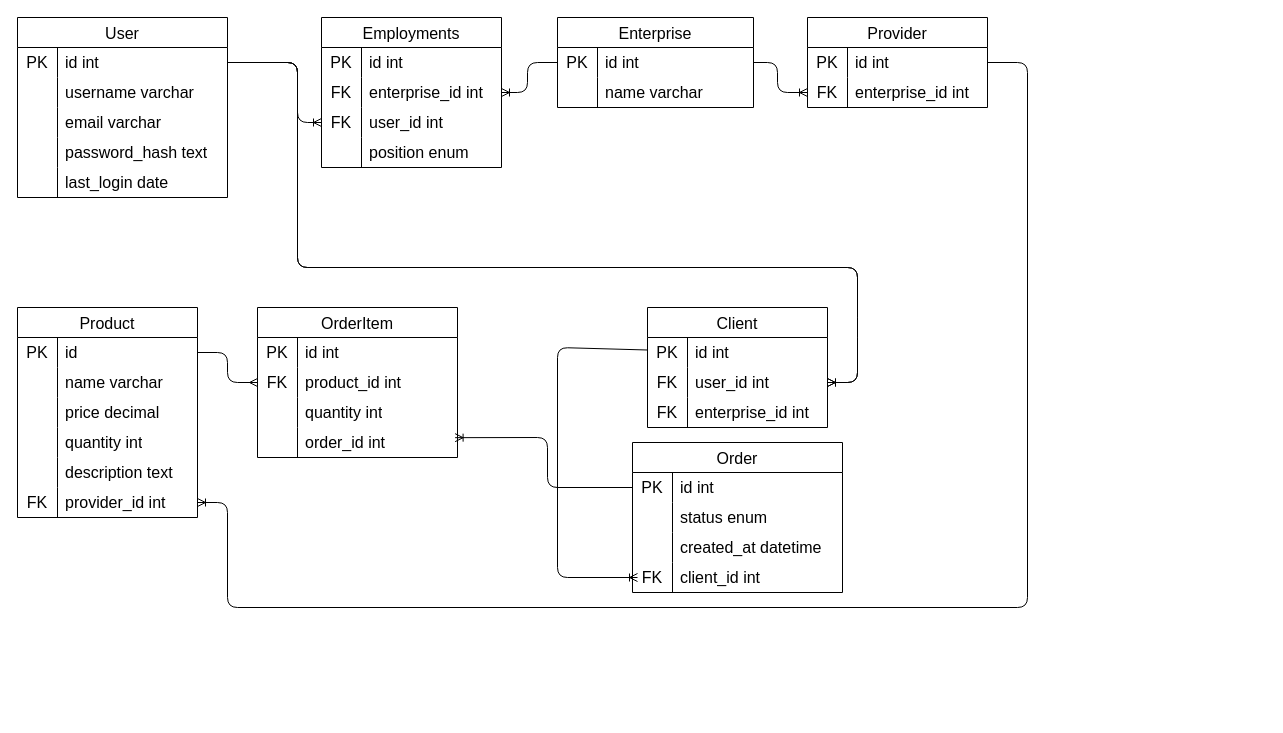
This is page "Página-2" (2 of 2) of docs/models.drawio from Jose-GuilhermeG/stock_manager, a draw.io file, before an edit. Source tidied: cells renumbered, new cells numbered last; positions are measured from the earlier drawing's top-left corner, leaving out a move shared by most shapes. Both pictures are drawn from the tidied source at 100%, with x=0, y=0 at pixel (17, 17).
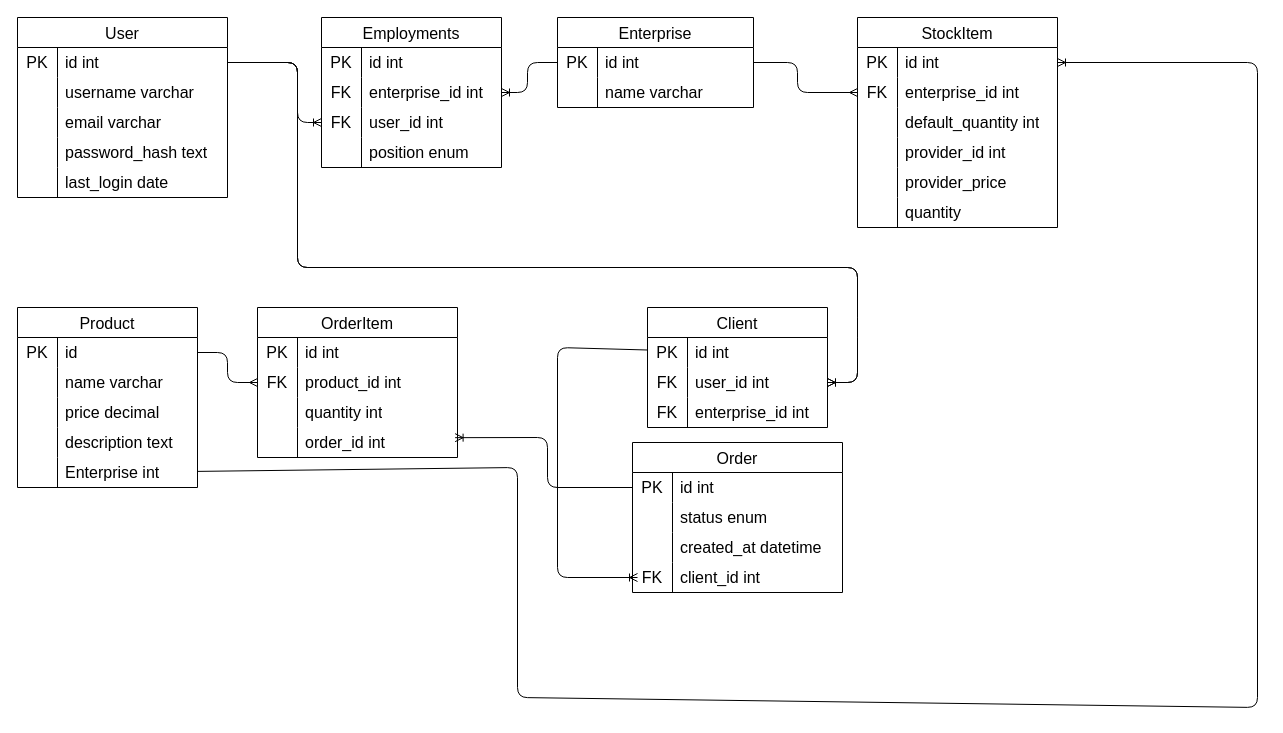
The same page after the edit.

Commit message (it also covers changes not shown here):
feat: create enterpriseviewset and add stockItem model

The change refers to these unchanged cells:
```xml
<mxCell id="63" style="shape=tableRow;horizontal=0;startSize=0;swimlaneHead=0;swimlaneBody=0;top=0;left=0;bottom=0;right=0;fillColor=none;points=[[0,0.5],[1,0.5]];portConstraint=eastwest;strokeColor=inherit;fontSize=16;" parent="62" vertex="1">
  <mxGeometry y="30" width="196" height="30" as="geometry" />
</mxCell>
```

The edit, as a diff of the source:
```diff
@@
     <mxCell id="2" value="Product" style="shape=table;startSize=30;childLayout=tableLayout;rowLines=0;fontStyle=0;strokeColor=default;fontSize=16;" parent="1" vertex="1">
-      <mxGeometry y="290" width="180" height="210" as="geometry" />
+      <mxGeometry y="290" width="180" height="180" as="geometry" />
     </mxCell>
@@
-    <mxCell id="12" style="shape=tableRow;horizontal=0;startSize=0;swimlaneHead=0;swimlaneBody=0;top=0;left=0;bottom=0;right=0;fillColor=none;strokeColor=inherit;fontSize=16;" parent="2" vertex="1">
-      <mxGeometry y="120" width="180" height="30" as="geometry" />
-    </mxCell>
-    <mxCell id="13" style="shape=partialRectangle;html=1;whiteSpace=wrap;fillColor=none;top=0;left=0;bottom=0;right=0;overflow=hidden;strokeColor=inherit;fontSize=16;" parent="12" vertex="1">
-      <mxGeometry width="40" height="30" as="geometry" />
-    </mxCell>
-    <mxCell id="14" value="quantity int" style="shape=partialRectangle;html=1;whiteSpace=wrap;fillColor=none;top=0;left=0;bottom=0;right=0;align=left;spacingLeft=6;overflow=hidden;strokeColor=inherit;fontSize=16;" parent="12" vertex="1">
-      <mxGeometry x="40" width="140" height="30" as="geometry" />
-    </mxCell>
     <mxCell id="15" style="shape=tableRow;horizontal=0;startSize=0;swimlaneHead=0;swimlaneBody=0;top=0;left=0;bottom=0;right=0;fillColor=none;strokeColor=inherit;fontSize=16;" parent="2" vertex="1">
-      <mxGeometry y="150" width="180" height="30" as="geometry" />
+      <mxGeometry y="120" width="180" height="30" as="geometry" />
     </mxCell>
@@
-    <mxCell id="18" style="shape=tableRow;horizontal=0;startSize=0;swimlaneHead=0;swimlaneBody=0;top=0;left=0;bottom=0;right=0;fillColor=none;points=[[0,0.5],[1,0.5]];portConstraint=eastwest;strokeColor=inherit;fontSize=16;" parent="2" vertex="1">
-      <mxGeometry y="180" width="180" height="30" as="geometry" />
-    </mxCell>
-    <mxCell id="19" value="FK" style="shape=partialRectangle;html=1;whiteSpace=wrap;fillColor=none;top=0;left=0;bottom=0;right=0;overflow=hidden;strokeColor=inherit;fontSize=16;" parent="18" vertex="1">
-      <mxGeometry width="40" height="30" as="geometry" />
-    </mxCell>
-    <mxCell id="20" value="provider_id int" style="shape=partialRectangle;html=1;whiteSpace=wrap;fillColor=none;top=0;left=0;bottom=0;right=0;align=left;spacingLeft=6;overflow=hidden;strokeColor=inherit;fontSize=16;" parent="18" vertex="1">
-      <mxGeometry x="40" width="140" height="30" as="geometry" />
-    </mxCell>
+    <mxCell id="109" style="shape=tableRow;horizontal=0;startSize=0;swimlaneHead=0;swimlaneBody=0;top=0;left=0;bottom=0;right=0;fillColor=none;points=[[0,0.5],[1,0.5]];portConstraint=eastwest;strokeColor=inherit;fontSize=16;" parent="2" vertex="1">
+      <mxGeometry y="150" width="180" height="30" as="geometry" />
+    </mxCell>
+    <mxCell id="110" style="shape=partialRectangle;html=1;whiteSpace=wrap;fillColor=none;top=0;left=0;bottom=0;right=0;overflow=hidden;strokeColor=inherit;fontSize=16;" parent="109" vertex="1">
+      <mxGeometry width="40" height="30" as="geometry" />
+    </mxCell>
+    <mxCell id="111" value="Enterprise int" style="shape=partialRectangle;html=1;whiteSpace=wrap;fillColor=none;top=0;left=0;bottom=0;right=0;align=left;spacingLeft=6;overflow=hidden;strokeColor=inherit;fontSize=16;" parent="109" vertex="1">
+      <mxGeometry x="40" width="140" height="30" as="geometry" />
+    </mxCell>
@@
-    <mxCell id="84" value="Provider" style="shape=table;startSize=30;childLayout=tableLayout;rowLines=0;fontStyle=0;strokeColor=default;fontSize=16;" parent="1" vertex="1">
-      <mxGeometry x="790" width="180" height="90" as="geometry" />
-    </mxCell>
-    <mxCell id="85" style="shape=tableRow;horizontal=0;startSize=0;swimlaneHead=0;swimlaneBody=0;top=0;left=0;bottom=0;right=0;fillColor=none;points=[[0,0.5],[1,0.5]];portConstraint=eastwest;strokeColor=inherit;fontSize=16;" parent="84" vertex="1">
-      <mxGeometry y="30" width="180" height="30" as="geometry" />
-    </mxCell>
-    <mxCell id="86" value="PK" style="shape=partialRectangle;html=1;whiteSpace=wrap;fillColor=none;top=0;left=0;bottom=0;right=0;overflow=hidden;strokeColor=inherit;fontSize=16;" parent="85" vertex="1">
-      <mxGeometry width="40" height="30" as="geometry" />
-    </mxCell>
-    <mxCell id="87" value="id int" style="shape=partialRectangle;html=1;whiteSpace=wrap;fillColor=none;top=0;left=0;bottom=0;right=0;align=left;spacingLeft=6;overflow=hidden;strokeColor=inherit;fontSize=16;" parent="85" vertex="1">
-      <mxGeometry x="40" width="140" height="30" as="geometry" />
-    </mxCell>
-    <mxCell id="88" style="shape=tableRow;horizontal=0;startSize=0;swimlaneHead=0;swimlaneBody=0;top=0;left=0;bottom=0;right=0;fillColor=none;points=[[0,0.5],[1,0.5]];portConstraint=eastwest;strokeColor=inherit;fontSize=16;" parent="84" vertex="1">
-      <mxGeometry y="60" width="180" height="30" as="geometry" />
-    </mxCell>
-    <mxCell id="89" value="FK" style="shape=partialRectangle;html=1;whiteSpace=wrap;fillColor=none;top=0;left=0;bottom=0;right=0;overflow=hidden;strokeColor=inherit;fontSize=16;" parent="88" vertex="1">
-      <mxGeometry width="40" height="30" as="geometry" />
-    </mxCell>
-    <mxCell id="90" value="enterprise_id int" style="shape=partialRectangle;html=1;whiteSpace=wrap;fillColor=none;top=0;left=0;bottom=0;right=0;align=left;spacingLeft=6;overflow=hidden;strokeColor=inherit;fontSize=16;" parent="88" vertex="1">
-      <mxGeometry x="40" width="140" height="30" as="geometry" />
-    </mxCell>
-    <mxCell id="91" style="edgeStyle=none;html=1;entryX=0;entryY=0.5;entryDx=0;entryDy=0;exitX=1;exitY=0.5;exitDx=0;exitDy=0;endArrow=ERoneToMany;endFill=0;" parent="1" edge="1" source="63" target="88">
-      <mxGeometry relative="1" as="geometry">
-        <Array as="points">
-          <mxPoint x="760" y="45" />
-          <mxPoint x="760" y="75" />
-        </Array>
-      </mxGeometry>
-    </mxCell>
-    <mxCell id="92" style="edgeStyle=none;html=1;entryX=1;entryY=0.5;entryDx=0;entryDy=0;exitX=1;exitY=0.5;exitDx=0;exitDy=0;endArrow=ERoneToMany;endFill=0;" parent="1" edge="1" source="85" target="18">
-      <mxGeometry relative="1" as="geometry">
-        <Array as="points">
-          <mxPoint x="1010" y="45" />
-          <mxPoint x="1010" y="590" />
-          <mxPoint x="210" y="590" />
-          <mxPoint x="210" y="485" />
-        </Array>
-      </mxGeometry>
-    </mxCell>
@@
+    <mxCell id="112" value="StockItem" style="shape=table;startSize=30;childLayout=tableLayout;rowLines=0;fontStyle=0;strokeColor=default;fontSize=16;" parent="1" vertex="1">
+      <mxGeometry x="840" width="200" height="210" as="geometry" />
+    </mxCell>
+    <mxCell id="113" style="shape=tableRow;horizontal=0;startSize=0;swimlaneHead=0;swimlaneBody=0;top=0;left=0;bottom=0;right=0;fillColor=none;points=[[0,0.5],[1,0.5]];portConstraint=eastwest;strokeColor=inherit;fontSize=16;" parent="112" vertex="1">
+      <mxGeometry y="30" width="200" height="30" as="geometry" />
+    </mxCell>
+    <mxCell id="86" value="PK" style="shape=partialRectangle;html=1;whiteSpace=wrap;fillColor=none;top=0;left=0;bottom=0;right=0;overflow=hidden;strokeColor=inherit;fontSize=16;" parent="113" vertex="1">
+      <mxGeometry width="40" height="30" as="geometry" />
+    </mxCell>
+    <mxCell id="87" value="id int" style="shape=partialRectangle;html=1;whiteSpace=wrap;fillColor=none;top=0;left=0;bottom=0;right=0;align=left;spacingLeft=6;overflow=hidden;strokeColor=inherit;fontSize=16;" parent="113" vertex="1">
+      <mxGeometry x="40" width="160" height="30" as="geometry" />
+    </mxCell>
+    <mxCell id="114" style="shape=tableRow;horizontal=0;startSize=0;swimlaneHead=0;swimlaneBody=0;top=0;left=0;bottom=0;right=0;fillColor=none;points=[[0,0.5],[1,0.5]];portConstraint=eastwest;strokeColor=inherit;fontSize=16;" parent="112" vertex="1">
+      <mxGeometry y="60" width="200" height="30" as="geometry" />
+    </mxCell>
+    <mxCell id="115" value="FK" style="shape=partialRectangle;html=1;whiteSpace=wrap;fillColor=none;top=0;left=0;bottom=0;right=0;overflow=hidden;strokeColor=inherit;fontSize=16;" parent="114" vertex="1">
+      <mxGeometry width="40" height="30" as="geometry" />
+    </mxCell>
+    <mxCell id="90" value="enterprise_id int" style="shape=partialRectangle;html=1;whiteSpace=wrap;fillColor=none;top=0;left=0;bottom=0;right=0;align=left;spacingLeft=6;overflow=hidden;strokeColor=inherit;fontSize=16;" parent="114" vertex="1">
+      <mxGeometry x="40" width="160" height="30" as="geometry" />
+    </mxCell>
+    <mxCell id="116" style="shape=tableRow;horizontal=0;startSize=0;swimlaneHead=0;swimlaneBody=0;top=0;left=0;bottom=0;right=0;fillColor=none;strokeColor=inherit;fontSize=16;" parent="112" vertex="1">
+      <mxGeometry y="90" width="200" height="30" as="geometry" />
+    </mxCell>
+    <mxCell id="117" style="shape=partialRectangle;html=1;whiteSpace=wrap;fillColor=none;top=0;left=0;bottom=0;right=0;overflow=hidden;strokeColor=inherit;fontSize=16;" parent="116" vertex="1">
+      <mxGeometry width="40" height="30" as="geometry" />
+    </mxCell>
+    <mxCell id="118" value="default_quantity int" style="shape=partialRectangle;html=1;whiteSpace=wrap;fillColor=none;top=0;left=0;bottom=0;right=0;align=left;spacingLeft=6;overflow=hidden;strokeColor=inherit;fontSize=16;" parent="116" vertex="1">
+      <mxGeometry x="40" width="160" height="30" as="geometry" />
+    </mxCell>
+    <mxCell id="119" style="shape=tableRow;horizontal=0;startSize=0;swimlaneHead=0;swimlaneBody=0;top=0;left=0;bottom=0;right=0;fillColor=none;strokeColor=inherit;fontSize=16;" parent="112" vertex="1">
+      <mxGeometry y="120" width="200" height="30" as="geometry" />
+    </mxCell>
+    <mxCell id="120" style="shape=partialRectangle;html=1;whiteSpace=wrap;fillColor=none;top=0;left=0;bottom=0;right=0;overflow=hidden;strokeColor=inherit;fontSize=16;" parent="119" vertex="1">
+      <mxGeometry width="40" height="30" as="geometry" />
+    </mxCell>
+    <mxCell id="20" value="provider_id int" style="shape=partialRectangle;html=1;whiteSpace=wrap;fillColor=none;top=0;left=0;bottom=0;right=0;align=left;spacingLeft=6;overflow=hidden;strokeColor=inherit;fontSize=16;" parent="119" vertex="1">
+      <mxGeometry x="40" width="160" height="30" as="geometry" />
+    </mxCell>
+    <mxCell id="121" style="shape=tableRow;horizontal=0;startSize=0;swimlaneHead=0;swimlaneBody=0;top=0;left=0;bottom=0;right=0;fillColor=none;strokeColor=inherit;fontSize=16;" parent="112" vertex="1">
+      <mxGeometry y="150" width="200" height="30" as="geometry" />
+    </mxCell>
+    <mxCell id="122" style="shape=partialRectangle;html=1;whiteSpace=wrap;fillColor=none;top=0;left=0;bottom=0;right=0;overflow=hidden;strokeColor=inherit;fontSize=16;" parent="121" vertex="1">
+      <mxGeometry width="40" height="30" as="geometry" />
+    </mxCell>
+    <mxCell id="123" value="provider_price" style="shape=partialRectangle;html=1;whiteSpace=wrap;fillColor=none;top=0;left=0;bottom=0;right=0;align=left;spacingLeft=6;overflow=hidden;strokeColor=inherit;fontSize=16;" parent="121" vertex="1">
+      <mxGeometry x="40" width="160" height="30" as="geometry" />
+    </mxCell>
+    <mxCell id="124" style="shape=tableRow;horizontal=0;startSize=0;swimlaneHead=0;swimlaneBody=0;top=0;left=0;bottom=0;right=0;fillColor=none;strokeColor=inherit;fontSize=16;" parent="112" vertex="1">
+      <mxGeometry y="180" width="200" height="30" as="geometry" />
+    </mxCell>
+    <mxCell id="125" style="shape=partialRectangle;html=1;whiteSpace=wrap;fillColor=none;top=0;left=0;bottom=0;right=0;overflow=hidden;strokeColor=inherit;fontSize=16;" parent="124" vertex="1">
+      <mxGeometry width="40" height="30" as="geometry" />
+    </mxCell>
+    <mxCell id="126" value="quantity" style="shape=partialRectangle;html=1;whiteSpace=wrap;fillColor=none;top=0;left=0;bottom=0;right=0;align=left;spacingLeft=6;overflow=hidden;strokeColor=inherit;fontSize=16;" parent="124" vertex="1">
+      <mxGeometry x="40" width="160" height="30" as="geometry" />
+    </mxCell>
+    <mxCell id="127" style="edgeStyle=none;html=1;entryX=0;entryY=0.5;entryDx=0;entryDy=0;exitX=1;exitY=0.5;exitDx=0;exitDy=0;endArrow=ERmany;endFill=0;" parent="1" edge="1" source="63" target="114">
+      <mxGeometry relative="1" as="geometry">
+        <Array as="points">
+          <mxPoint x="780" y="45" />
+          <mxPoint x="780" y="75" />
+        </Array>
+      </mxGeometry>
+    </mxCell>
+    <mxCell id="128" style="edgeStyle=none;html=1;entryX=1;entryY=0.5;entryDx=0;entryDy=0;endArrow=ERoneToMany;endFill=0;" parent="1" edge="1" source="109" target="113">
+      <mxGeometry relative="1" as="geometry">
+        <Array as="points">
+          <mxPoint x="500" y="450" />
+          <mxPoint x="500" y="680" />
+          <mxPoint x="1240" y="690" />
+          <mxPoint x="1240" y="45" />
+        </Array>
+      </mxGeometry>
+    </mxCell>
```
